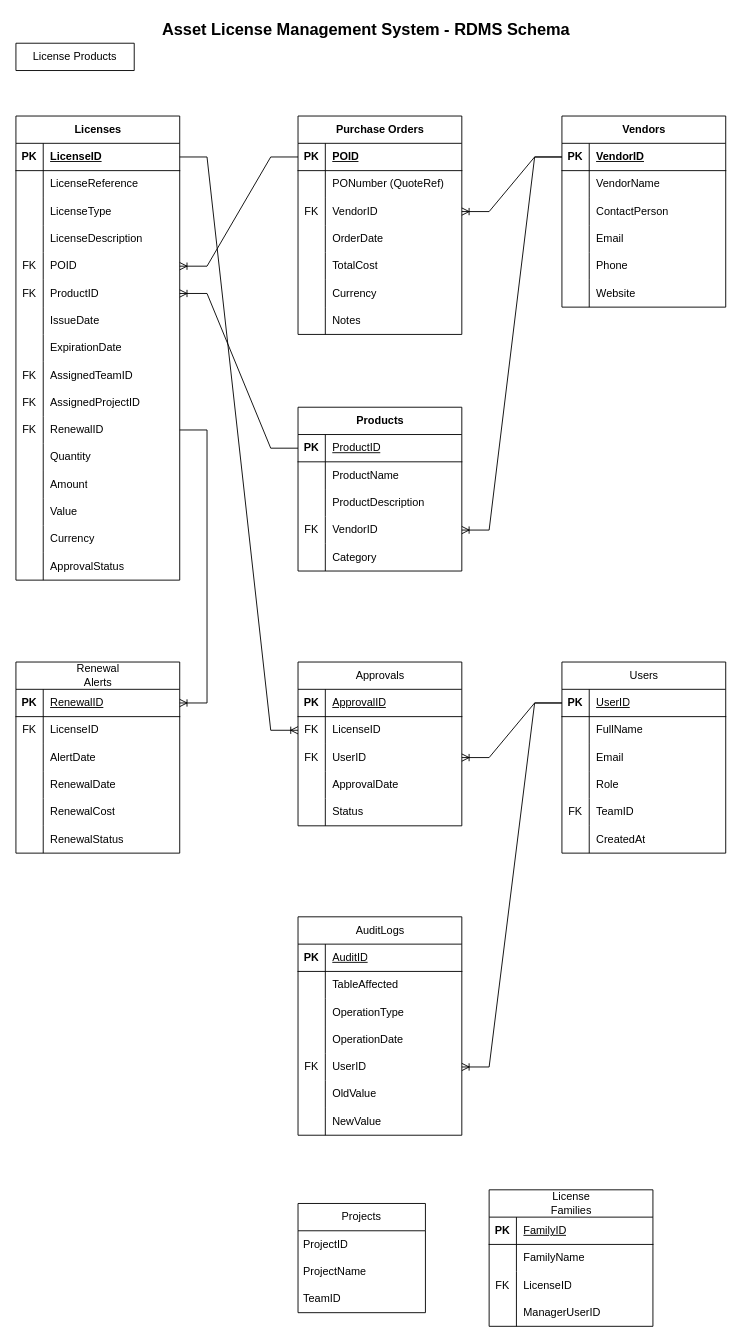
Above: License Management System Schema ER .drawio in MiraxCapgemini/license-tracker-sys (draw.io), before the change. Source tidied: cells renumbered, new cells numbered last; positions are measured from the earlier drawing's top-left corner, leaving out a move shared by most shapes. Both pictures are drawn from the tidied source at 91%, with x=0, y=0 at pixel (-48, -30).
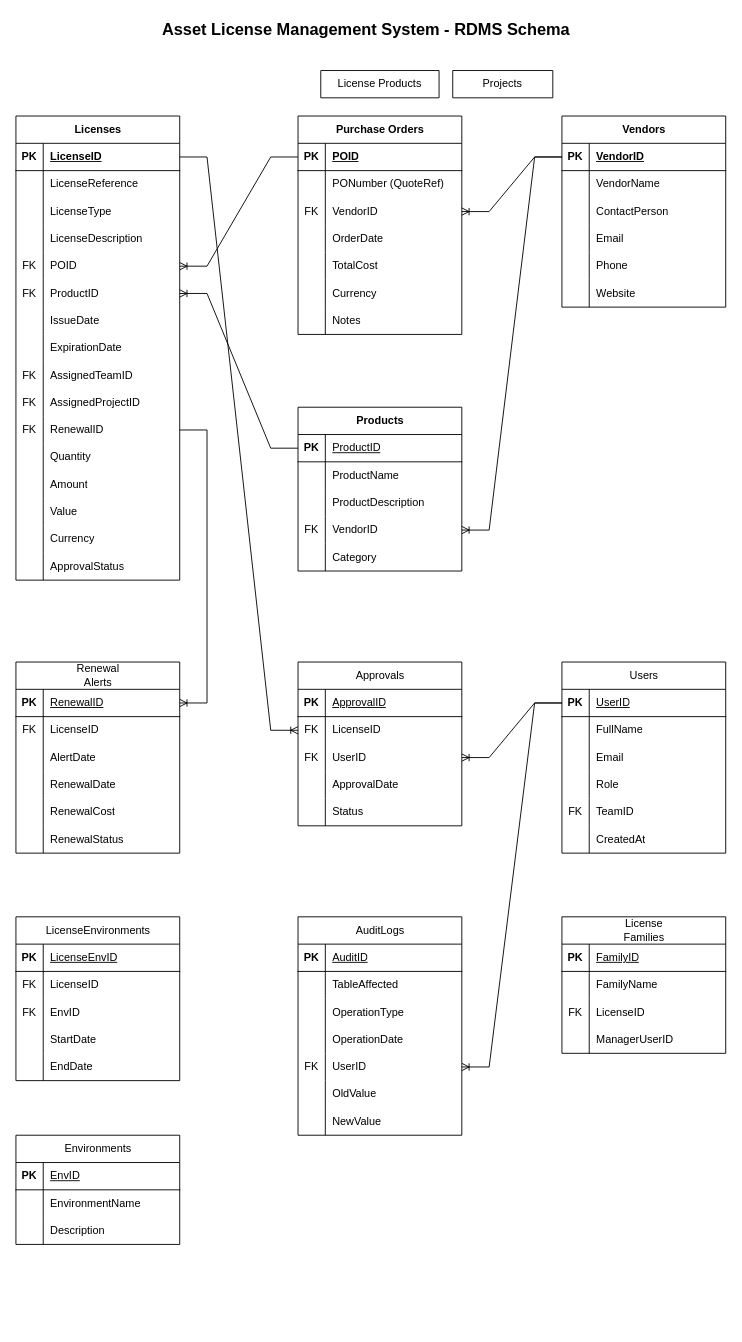
The same diagram, later.

The edit, as a diff of the source:
```diff
@@
     <mxCell id="2" value="License Products" style="swimlane;fontStyle=0;horizontal=1;startSize=30;whiteSpace=wrap;html=1;" parent="1" vertex="1" collapsed="1">
-      <mxGeometry x="70" y="80" width="130" height="30" as="geometry" />
+      <mxGeometry x="405" y="110" width="130" height="30" as="geometry" />
     </mxCell>
-    <mxCell id="3" value="Projects" style="swimlane;fontStyle=0;horizontal=1;startSize=30;whiteSpace=wrap;html=1;" parent="1" vertex="1">
-      <mxGeometry x="380" y="1355" width="140" height="120" as="geometry" />
+    <mxCell id="3" value="Projects" style="swimlane;fontStyle=0;horizontal=1;startSize=30;whiteSpace=wrap;html=1;" parent="1" vertex="1" collapsed="1">
+      <mxGeometry x="550" y="110" width="110" height="30" as="geometry" />
     </mxCell>
-    <mxCell id="4" value="ProjectID" style="text;strokeColor=none;fillColor=none;align=left;verticalAlign=middle;spacingLeft=4;spacingRight=4;overflow=hidden;whiteSpace=wrap;html=1;" parent="3" vertex="1">
-      <mxGeometry y="30" width="140" height="30" as="geometry" />
-    </mxCell>
-    <mxCell id="5" value="ProjectName" style="text;strokeColor=none;fillColor=none;align=left;verticalAlign=middle;spacingLeft=4;spacingRight=4;overflow=hidden;whiteSpace=wrap;html=1;" parent="3" vertex="1">
-      <mxGeometry y="60" width="140" height="30" as="geometry" />
-    </mxCell>
-    <mxCell id="6" value="TeamID" style="text;strokeColor=none;fillColor=none;align=left;verticalAlign=middle;spacingLeft=4;spacingRight=4;overflow=hidden;whiteSpace=wrap;html=1;" parent="3" vertex="1">
-      <mxGeometry y="90" width="140" height="30" as="geometry" />
-    </mxCell>
@@
     <mxCell id="199" value="&lt;span style=&quot;font-weight: 400; text-wrap-mode: wrap;&quot;&gt;License Families&lt;/span&gt;" style="shape=table;startSize=30;childLayout=tableLayout;rowLines=0;fontStyle=1;align=center;html=1;" parent="1" vertex="1">
-      <mxGeometry x="590" y="1340" width="180" height="150" as="geometry" />
+      <mxGeometry x="670" y="1040" width="180" height="150" as="geometry" />
     </mxCell>
@@
+    <mxCell id="212" value="&lt;span style=&quot;font-weight: 400; text-wrap-mode: wrap;&quot;&gt;Environments&lt;/span&gt;" style="shape=table;startSize=30;childLayout=tableLayout;rowLines=0;fontStyle=1;align=center;html=1;" parent="1" vertex="1">
+      <mxGeometry x="70" y="1280" width="180" height="120" as="geometry" />
+    </mxCell>
+    <mxCell id="213" style="shape=tableRow;horizontal=0;startSize=0;swimlaneHead=0;swimlaneBody=0;fillColor=none;top=0;left=0;right=0;bottom=1;" parent="212" vertex="1">
+      <mxGeometry y="30" width="180" height="30" as="geometry" />
+    </mxCell>
+    <mxCell id="214" value="PK" style="shape=partialRectangle;fillColor=none;top=0;left=0;bottom=0;right=0;fontStyle=1;overflow=hidden;whiteSpace=wrap;html=1;" parent="213" vertex="1">
+      <mxGeometry width="30" height="30" as="geometry" />
+    </mxCell>
+    <mxCell id="215" value="&lt;span style=&quot;font-weight: 400;&quot;&gt;EnvID&lt;/span&gt;" style="shape=partialRectangle;fillColor=none;top=0;left=0;bottom=0;right=0;align=left;spacingLeft=6;fontStyle=5;overflow=hidden;whiteSpace=wrap;html=1;" parent="213" vertex="1">
+      <mxGeometry x="30" width="150" height="30" as="geometry" />
+    </mxCell>
+    <mxCell id="216" style="shape=tableRow;horizontal=0;startSize=0;swimlaneHead=0;swimlaneBody=0;fillColor=none;top=0;left=0;right=0;bottom=0;" parent="212" vertex="1">
+      <mxGeometry y="60" width="180" height="30" as="geometry" />
+    </mxCell>
+    <mxCell id="217" style="shape=partialRectangle;fillColor=none;top=0;left=0;bottom=0;right=0;overflow=hidden;whiteSpace=wrap;html=1;" parent="216" vertex="1">
+      <mxGeometry width="30" height="30" as="geometry" />
+    </mxCell>
+    <mxCell id="218" value="EnvironmentName" style="shape=partialRectangle;fillColor=none;top=0;left=0;bottom=0;right=0;align=left;spacingLeft=6;overflow=hidden;whiteSpace=wrap;html=1;" parent="216" vertex="1">
+      <mxGeometry x="30" width="150" height="30" as="geometry" />
+    </mxCell>
+    <mxCell id="219" style="shape=tableRow;horizontal=0;startSize=0;swimlaneHead=0;swimlaneBody=0;fillColor=none;top=0;left=0;right=0;bottom=0;" parent="212" vertex="1">
+      <mxGeometry y="90" width="180" height="30" as="geometry" />
+    </mxCell>
+    <mxCell id="220" style="shape=partialRectangle;fillColor=none;top=0;left=0;bottom=0;right=0;overflow=hidden;whiteSpace=wrap;html=1;" parent="219" vertex="1">
+      <mxGeometry width="30" height="30" as="geometry" />
+    </mxCell>
+    <mxCell id="221" value="Description" style="shape=partialRectangle;fillColor=none;top=0;left=0;bottom=0;right=0;align=left;spacingLeft=6;overflow=hidden;whiteSpace=wrap;html=1;" parent="219" vertex="1">
+      <mxGeometry x="30" width="150" height="30" as="geometry" />
+    </mxCell>
+    <mxCell id="222" value="&lt;span style=&quot;font-weight: 400; text-wrap-mode: wrap;&quot;&gt;LicenseEnvironments&lt;/span&gt;" style="shape=table;startSize=30;childLayout=tableLayout;rowLines=0;fontStyle=1;align=center;html=1;" parent="1" vertex="1">
+      <mxGeometry x="70" y="1040" width="180" height="180" as="geometry" />
+    </mxCell>
+    <mxCell id="223" style="shape=tableRow;horizontal=0;startSize=0;swimlaneHead=0;swimlaneBody=0;fillColor=none;top=0;left=0;right=0;bottom=1;" parent="222" vertex="1">
+      <mxGeometry y="30" width="180" height="30" as="geometry" />
+    </mxCell>
+    <mxCell id="224" value="PK" style="shape=partialRectangle;fillColor=none;top=0;left=0;bottom=0;right=0;fontStyle=1;overflow=hidden;whiteSpace=wrap;html=1;" parent="223" vertex="1">
+      <mxGeometry width="30" height="30" as="geometry" />
+    </mxCell>
+    <mxCell id="225" value="&lt;span style=&quot;font-weight: 400;&quot;&gt;LicenseEnvID&lt;/span&gt;" style="shape=partialRectangle;fillColor=none;top=0;left=0;bottom=0;right=0;align=left;spacingLeft=6;fontStyle=5;overflow=hidden;whiteSpace=wrap;html=1;" parent="223" vertex="1">
+      <mxGeometry x="30" width="150" height="30" as="geometry" />
+    </mxCell>
+    <mxCell id="226" style="shape=tableRow;horizontal=0;startSize=0;swimlaneHead=0;swimlaneBody=0;fillColor=none;top=0;left=0;right=0;bottom=0;" parent="222" vertex="1">
+      <mxGeometry y="60" width="180" height="30" as="geometry" />
+    </mxCell>
+    <mxCell id="227" value="FK" style="shape=partialRectangle;fillColor=none;top=0;left=0;bottom=0;right=0;overflow=hidden;whiteSpace=wrap;html=1;" parent="226" vertex="1">
+      <mxGeometry width="30" height="30" as="geometry" />
+    </mxCell>
+    <mxCell id="228" value="LicenseID" style="shape=partialRectangle;fillColor=none;top=0;left=0;bottom=0;right=0;align=left;spacingLeft=6;overflow=hidden;whiteSpace=wrap;html=1;" parent="226" vertex="1">
+      <mxGeometry x="30" width="150" height="30" as="geometry" />
+    </mxCell>
+    <mxCell id="229" style="shape=tableRow;horizontal=0;startSize=0;swimlaneHead=0;swimlaneBody=0;fillColor=none;top=0;left=0;right=0;bottom=0;" parent="222" vertex="1">
+      <mxGeometry y="90" width="180" height="30" as="geometry" />
+    </mxCell>
+    <mxCell id="230" value="FK" style="shape=partialRectangle;fillColor=none;top=0;left=0;bottom=0;right=0;overflow=hidden;whiteSpace=wrap;html=1;" parent="229" vertex="1">
+      <mxGeometry width="30" height="30" as="geometry" />
+    </mxCell>
+    <mxCell id="231" value="EnvID" style="shape=partialRectangle;fillColor=none;top=0;left=0;bottom=0;right=0;align=left;spacingLeft=6;overflow=hidden;whiteSpace=wrap;html=1;" parent="229" vertex="1">
+      <mxGeometry x="30" width="150" height="30" as="geometry" />
+    </mxCell>
+    <mxCell id="232" style="shape=tableRow;horizontal=0;startSize=0;swimlaneHead=0;swimlaneBody=0;fillColor=none;top=0;left=0;right=0;bottom=0;" parent="222" vertex="1">
+      <mxGeometry y="120" width="180" height="30" as="geometry" />
+    </mxCell>
+    <mxCell id="233" style="shape=partialRectangle;fillColor=none;top=0;left=0;bottom=0;right=0;overflow=hidden;whiteSpace=wrap;html=1;" parent="232" vertex="1">
+      <mxGeometry width="30" height="30" as="geometry" />
+    </mxCell>
+    <mxCell id="234" value="StartDate" style="shape=partialRectangle;fillColor=none;top=0;left=0;bottom=0;right=0;align=left;spacingLeft=6;overflow=hidden;whiteSpace=wrap;html=1;" parent="232" vertex="1">
+      <mxGeometry x="30" width="150" height="30" as="geometry" />
+    </mxCell>
+    <mxCell id="235" style="shape=tableRow;horizontal=0;startSize=0;swimlaneHead=0;swimlaneBody=0;fillColor=none;top=0;left=0;right=0;bottom=0;" parent="222" vertex="1">
+      <mxGeometry y="150" width="180" height="30" as="geometry" />
+    </mxCell>
+    <mxCell id="236" style="shape=partialRectangle;fillColor=none;top=0;left=0;bottom=0;right=0;overflow=hidden;whiteSpace=wrap;html=1;" parent="235" vertex="1">
+      <mxGeometry width="30" height="30" as="geometry" />
+    </mxCell>
+    <mxCell id="237" value="EndDate" style="shape=partialRectangle;fillColor=none;top=0;left=0;bottom=0;right=0;align=left;spacingLeft=6;overflow=hidden;whiteSpace=wrap;html=1;" parent="235" vertex="1">
+      <mxGeometry x="30" width="150" height="30" as="geometry" />
+    </mxCell>
```
